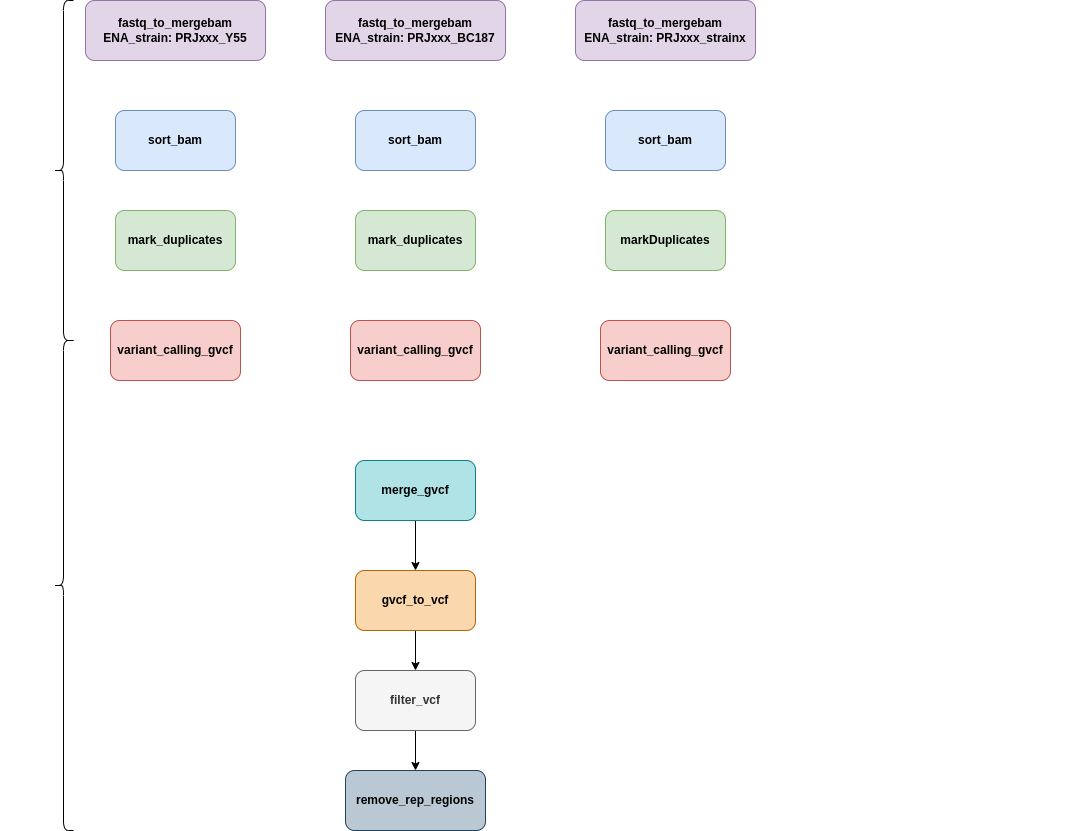
Above: plot_readme/DAG_pipeline.png in Louis-XIV-bis/varcall_snakemake (draw.io), before the change. Source tidied: cells renumbered, new cells last; positions are measured from the earlier drawing's top-left corner, leaving out a move shared by most shapes.
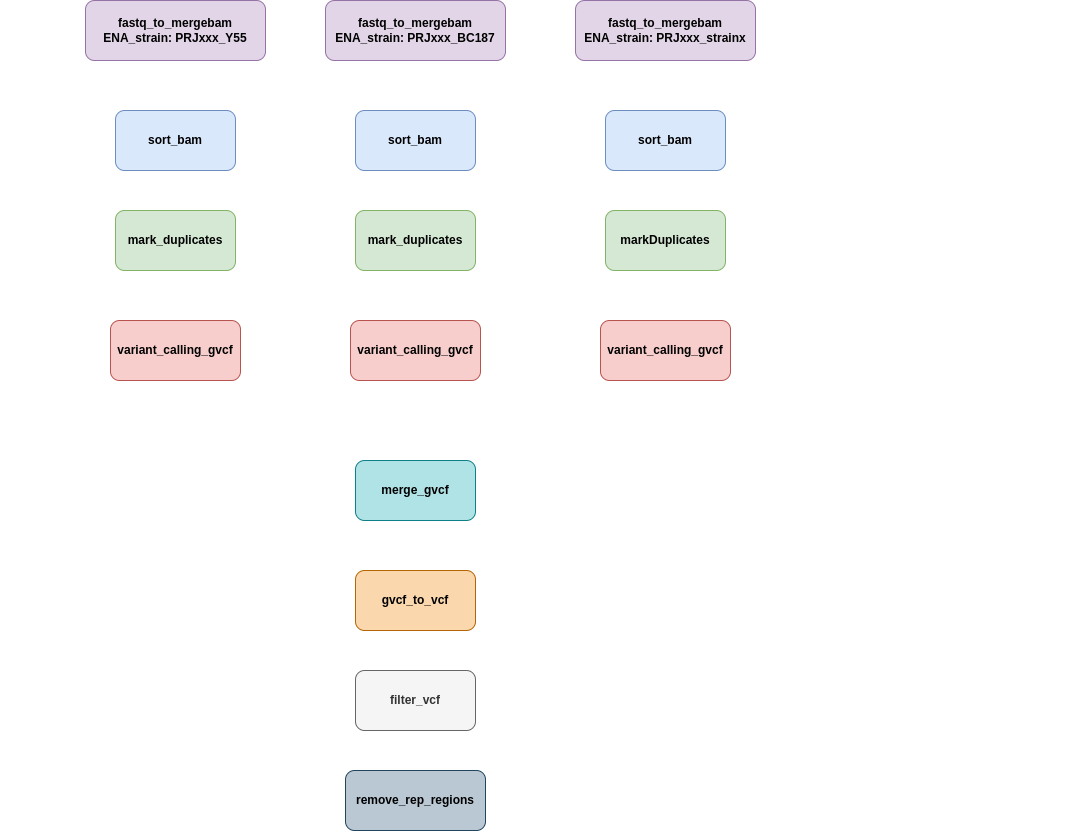
The same diagram one commit later.

Change to the diagram source:
```diff
@@ -26,19 +26,19 @@
     <mxCell id="9" value="&lt;b&gt;variant_calling_gvcf&lt;/b&gt;" style="whiteSpace=wrap;html=1;rounded=1;fillColor=#f8cecc;strokeColor=#b85450;" parent="1" vertex="1">
       <mxGeometry x="395" y="320" width="130" height="60" as="geometry" />
     </mxCell>
-    <mxCell id="10" style="edgeStyle=orthogonalEdgeStyle;rounded=0;jettySize=auto;html=1;" parent="1" edge="1" source="11" target="13">
+    <mxCell id="10" style="edgeStyle=orthogonalEdgeStyle;rounded=0;jettySize=auto;html=1;strokeColor=#FFFFFF;" parent="1" edge="1" source="11" target="13">
       <mxGeometry relative="1" as="geometry" />
     </mxCell>
     <mxCell id="11" value="&lt;b&gt;merge_gvcf&lt;/b&gt;" style="whiteSpace=wrap;html=1;rounded=1;fillColor=#b0e3e6;strokeColor=#0e8088;" parent="1" vertex="1">
       <mxGeometry x="400" y="460" width="120" height="60" as="geometry" />
     </mxCell>
-    <mxCell id="12" style="edgeStyle=orthogonalEdgeStyle;rounded=0;jettySize=auto;html=1;" parent="1" edge="1" source="13" target="15">
+    <mxCell id="12" style="edgeStyle=orthogonalEdgeStyle;rounded=0;jettySize=auto;html=1;strokeColor=#FFFFFF;" parent="1" edge="1" source="13" target="15">
       <mxGeometry relative="1" as="geometry" />
     </mxCell>
     <mxCell id="13" value="&lt;b&gt;gvcf_to_vcf&lt;/b&gt;" style="whiteSpace=wrap;html=1;rounded=1;fillColor=#fad7ac;strokeColor=#b46504;" parent="1" vertex="1">
       <mxGeometry x="400" y="570" width="120" height="60" as="geometry" />
     </mxCell>
-    <mxCell id="14" style="edgeStyle=orthogonalEdgeStyle;rounded=0;jettySize=auto;html=1;" parent="1" edge="1" source="15" target="16">
+    <mxCell id="14" style="edgeStyle=orthogonalEdgeStyle;rounded=0;jettySize=auto;html=1;strokeColor=#FFFFFF;" parent="1" edge="1" source="15" target="16">
       <mxGeometry relative="1" as="geometry" />
     </mxCell>
     <mxCell id="15" value="&lt;b&gt;filter_vcf&lt;/b&gt;" style="whiteSpace=wrap;html=1;rounded=1;fillColor=#f5f5f5;strokeColor=#666666;fontColor=#333333;" parent="1" vertex="1">
@@ -101,10 +101,10 @@
     <mxCell id="34" value="&lt;div style=&quot;&quot;&gt;&lt;b style=&quot;&quot;&gt;&lt;font style=&quot;&quot; color=&quot;#ffffff&quot;&gt;All the files for each strain are downloaded&lt;/font&gt;&lt;/b&gt;&lt;/div&gt;&lt;b&gt;&lt;font color=&quot;#ffffff&quot;&gt;and processed and then merged into one &lt;br&gt;&lt;div style=&quot;&quot;&gt;&lt;b style=&quot;&quot;&gt;unique file before next step&lt;/b&gt;&lt;/div&gt;&lt;/font&gt;&lt;/b&gt;" style="text;html=1;align=left;verticalAlign=middle;strokeColor=none;fillColor=none;" parent="1" vertex="1">
       <mxGeometry x="840" width="270" height="60" as="geometry" />
     </mxCell>
-    <mxCell id="35" style="shape=curlyBracket;whiteSpace=wrap;html=1;rounded=1;labelPosition=left;verticalLabelPosition=middle;align=right;verticalAlign=middle;size=0.5;" parent="1" vertex="1">
+    <mxCell id="35" style="shape=curlyBracket;whiteSpace=wrap;html=1;rounded=1;labelPosition=left;verticalLabelPosition=middle;align=right;verticalAlign=middle;size=0.5;strokeColor=#FFFFFF;" parent="1" vertex="1">
       <mxGeometry x="98" y="340" width="20" height="490" as="geometry" />
     </mxCell>
-    <mxCell id="36" style="shape=curlyBracket;whiteSpace=wrap;html=1;rounded=1;labelPosition=left;verticalLabelPosition=middle;align=right;verticalAlign=middle;" parent="1" vertex="1">
+    <mxCell id="36" style="shape=curlyBracket;whiteSpace=wrap;html=1;rounded=1;labelPosition=left;verticalLabelPosition=middle;align=right;verticalAlign=middle;strokeColor=#FFFFFF;" parent="1" vertex="1">
       <mxGeometry x="98" width="20" height="340" as="geometry" />
     </mxCell>
     <mxCell id="37" value="&lt;font color=&quot;#ffffff&quot; style=&quot;font-size: 24px;&quot;&gt;Pipeline 1&lt;/font&gt;" style="text;html=1;align=center;verticalAlign=middle;strokeColor=none;fillColor=none;rotation=270;" parent="1" vertex="1">
```
